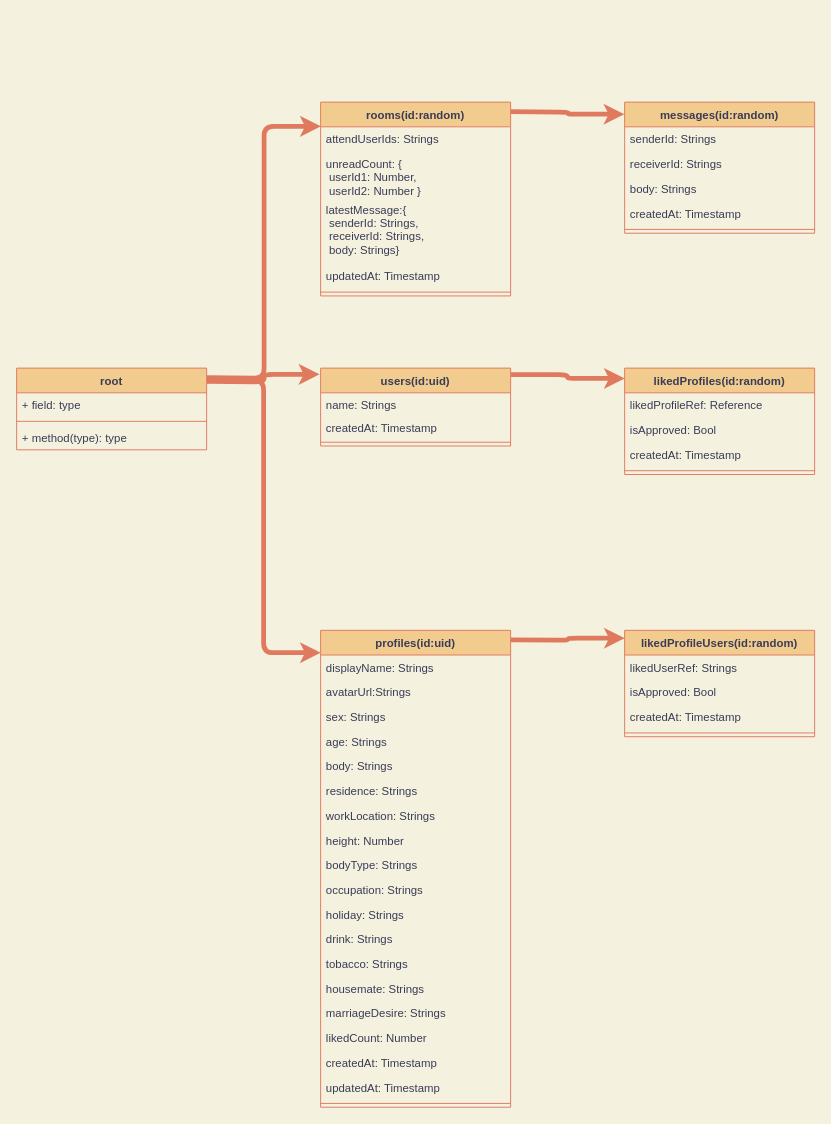
KoheiB/my-matching-app keeps this draw.io diagram as store/firestore.drawio. Above is the earlier version. Source tidied: cells renumbered, new cells numbered last; positions are measured from the earlier drawing's top-left corner, leaving out a move shared by most shapes. Both pictures are drawn from the tidied source at 95%, with x=0, y=0 at pixel (16, 102).
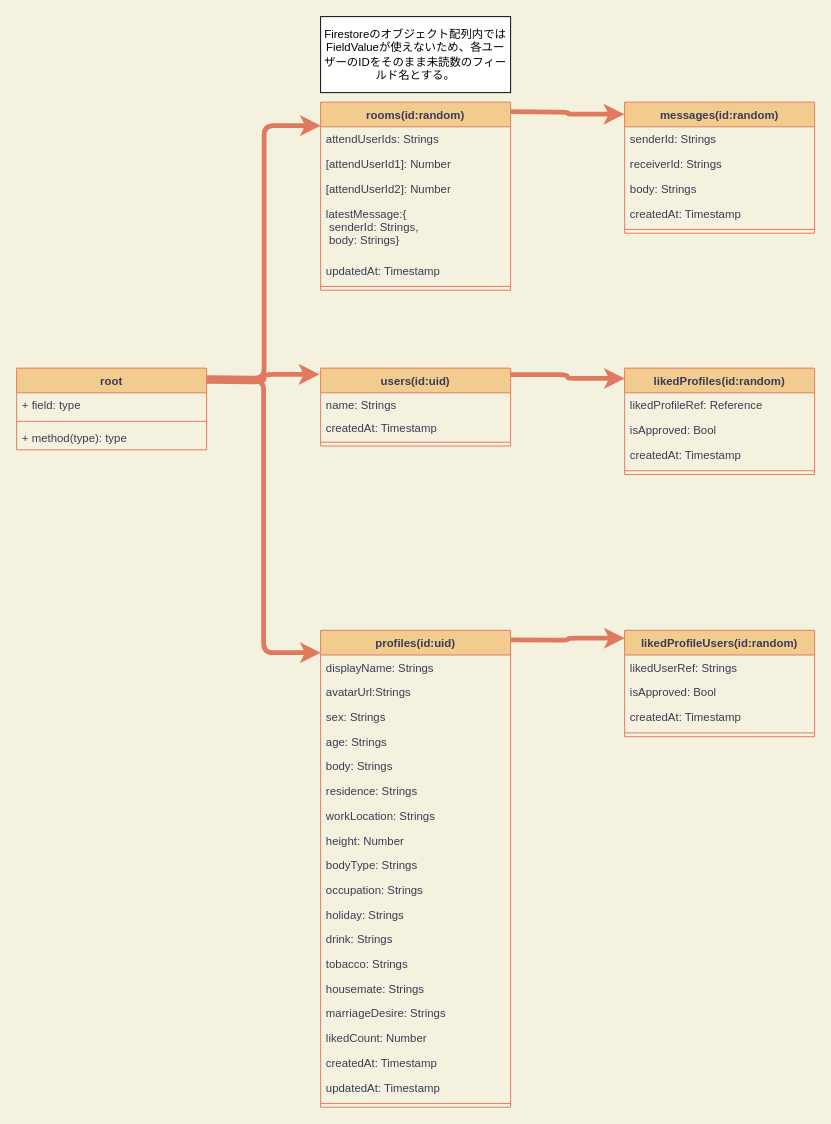
The same page after the edit.

The edit, as a diff of the source:
```diff
@@
     <mxCell id="36" value="rooms(id:random)" style="swimlane;fontStyle=1;align=center;verticalAlign=top;horizontal=1;startSize=26;fillColor=#F2CC8F;strokeColor=#E07A5F;fontColor=#393C56;" parent="1" vertex="1">
-      <mxGeometry x="320" width="200" height="204" as="geometry" />
+      <mxGeometry x="320" width="200" height="198" as="geometry" />
     </mxCell>
@@
-    <mxCell id="38" value="unreadCount: {&#10; userId1: Number,&#10; userId2: Number }" style="text;strokeColor=none;fillColor=none;align=left;verticalAlign=top;spacingLeft=4;spacingRight=4;overflow=hidden;fontColor=#393C56;" parent="36" vertex="1">
-      <mxGeometry y="52" width="200" height="48" as="geometry" />
-    </mxCell>
+    <mxCell id="58" value="[attendUserId1]: Number" style="text;strokeColor=none;fillColor=none;align=left;verticalAlign=top;spacingLeft=4;spacingRight=4;overflow=hidden;fontColor=#393C56;" parent="36" vertex="1">
+      <mxGeometry y="52" width="200" height="26" as="geometry" />
+    </mxCell>
+    <mxCell id="59" value="[attendUserId2]: Number" style="text;strokeColor=none;fillColor=none;align=left;verticalAlign=top;spacingLeft=4;spacingRight=4;overflow=hidden;fontColor=#393C56;" parent="36" vertex="1">
+      <mxGeometry y="78" width="200" height="26" as="geometry" />
+    </mxCell>
-    <mxCell id="39" value="latestMessage:{&#10; senderId: Strings,&#10; receiverId: Strings,&#10; body: Strings}" style="text;strokeColor=none;fillColor=none;align=left;verticalAlign=top;spacingLeft=4;spacingRight=4;overflow=hidden;fontColor=#393C56;" parent="36" vertex="1">
-      <mxGeometry y="100" width="200" height="70" as="geometry" />
+    <mxCell id="39" value="latestMessage:{&#10; senderId: Strings,&#10; body: Strings}" style="text;strokeColor=none;fillColor=none;align=left;verticalAlign=top;spacingLeft=4;spacingRight=4;overflow=hidden;fontColor=#393C56;" parent="36" vertex="1">
+      <mxGeometry y="104" width="200" height="60" as="geometry" />
     </mxCell>
     <mxCell id="40" value="updatedAt: Timestamp" style="text;strokeColor=none;fillColor=none;align=left;verticalAlign=top;spacingLeft=4;spacingRight=4;overflow=hidden;fontColor=#393C56;" parent="36" vertex="1">
-      <mxGeometry y="170" width="200" height="26" as="geometry" />
+      <mxGeometry y="164" width="200" height="26" as="geometry" />
     </mxCell>
     <mxCell id="41" style="line;strokeWidth=1;fillColor=none;align=left;verticalAlign=middle;spacingTop=-1;spacingLeft=3;spacingRight=3;labelPosition=right;strokeColor=#E07A5F;fontColor=#393C56;labelBackgroundColor=#F4F1DE;" parent="36" vertex="1">
-      <mxGeometry y="196" width="200" height="8" as="geometry" />
+      <mxGeometry y="190" width="200" height="8" as="geometry" />
     </mxCell>
@@
+    <mxCell id="60" value="Firestoreのオブジェクト配列内ではFieldValueが使えないため、各ユーザーのIDをそのまま未読数のフィールド名とする。" style="whiteSpace=wrap;html=1;" parent="1" vertex="1">
+      <mxGeometry x="320" y="-90" width="200" height="80" as="geometry" />
+    </mxCell>
```
